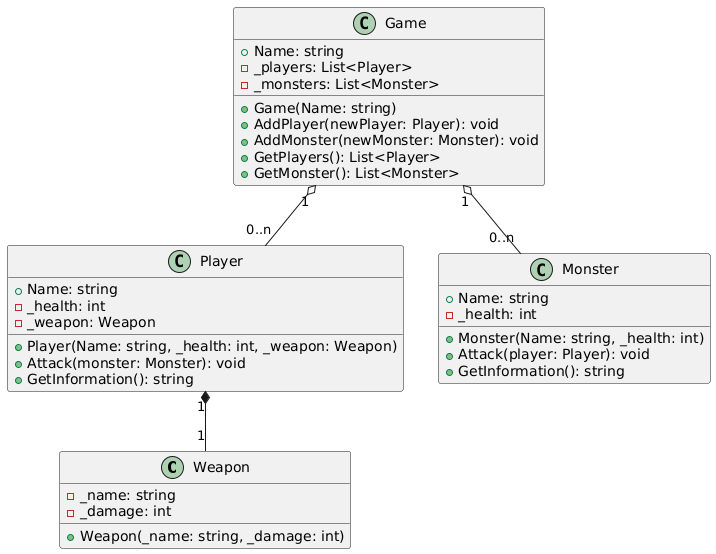
Before: src/assets/img/kmom04/classdiagramExercise3.png, a diagram exported from PlantUML (bth-csharp/website).
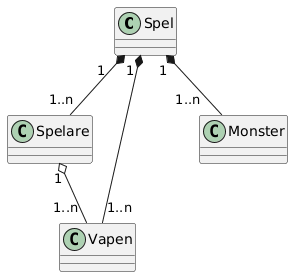
After the change.

Commit message:
Update kmom04 objects exercise

Diff of the diagram source:
```diff
@@ -1,39 +1,25 @@
 @startuml
-class Weapon {
-    - _name: string
-    - _damage: int
-    + Weapon(_name: string, _damage: int)
+class Spel
+{
+
 }
 
-class Player {
-    + Name: string
-    - _health: int
-    - _weapon: Weapon
-    + Player(Name: string, _health: int, _weapon: Weapon)
-    + Attack(monster: Monster): void
-    + GetInformation(): string
+class Spelare {
+
+}
+
+class Vapen {
+
 }
 
 class Monster {
-    + Name: string
-    - _health: int
-    + Monster(Name: string, _health: int)
-    + Attack(player: Player): void
-    + GetInformation(): string
+
 }
 
-class Game {
-    + Name: string
-    - _players: List<Player>
-    - _monsters: List<Monster>
-    + Game(Name: string)
-    + AddPlayer(newPlayer: Player): void
-    + AddMonster(newMonster: Monster): void
-    + GetPlayers(): List<Player>
-    + GetMonster(): List<Monster>
-}
 
-Player "1" *-- "1" Weapon
-Game "1" o-- "0..n" Player
-Game "1" o-- "0..n" Monster
+
+Spel "1   " *-- "1..n" Spelare
+Spel "1 " *-- "1..n   " Monster
+Spel "1 " *-- "1..n" Vapen
+Spelare "1" o-- "1..n " Vapen
 @enduml
```
